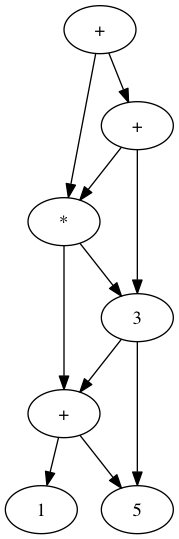
jimmahoney/bison_calculator keeps this Graphviz diagram as tree.png. Above is the earlier version. Its source is kept beside it as tree.dot. Its diagram source:
```dot
digraph tree {
1 [label="+"];
 1 -> 2
2 [label="+"];
 2 -> 3
3 [label="4"];
 2 -> 4
4 [label="*"];
 4 -> 5
5 [label="2"];
 4 -> 6
6 [label="10"];
 1 -> 3
3 [label="*"];
 3 -> 4
4 [label="3"];
 3 -> 5
5 [label="+"];
 5 -> 6
6 [label="5"];
 5 -> 7
7 [label="1"];
}
```
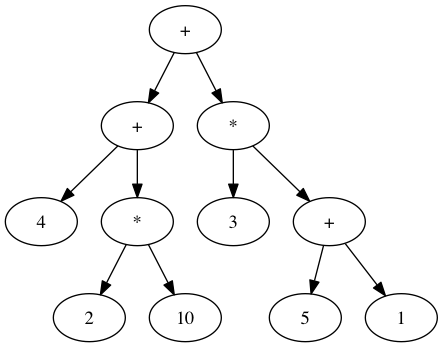
Above is the later version.

What changed in the source:
```diff
@@ -2,22 +2,22 @@
 1 [label="+"];
  1 -> 2
 2 [label="+"];
- 2 -> 3
-3 [label="4"];
  2 -> 4
-4 [label="*"];
- 4 -> 5
-5 [label="2"];
- 4 -> 6
-6 [label="10"];
+4 [label="4"];
+ 2 -> 5
+5 [label="*"];
+ 5 -> 10
+10 [label="2"];
+ 5 -> 11
+11 [label="10"];
  1 -> 3
 3 [label="*"];
- 3 -> 4
-4 [label="3"];
- 3 -> 5
-5 [label="+"];
- 5 -> 6
-6 [label="5"];
- 5 -> 7
-7 [label="1"];
+ 3 -> 6
+6 [label="3"];
+ 3 -> 7
+7 [label="+"];
+ 7 -> 14
+14 [label="5"];
+ 7 -> 15
+15 [label="1"];
 }
```
